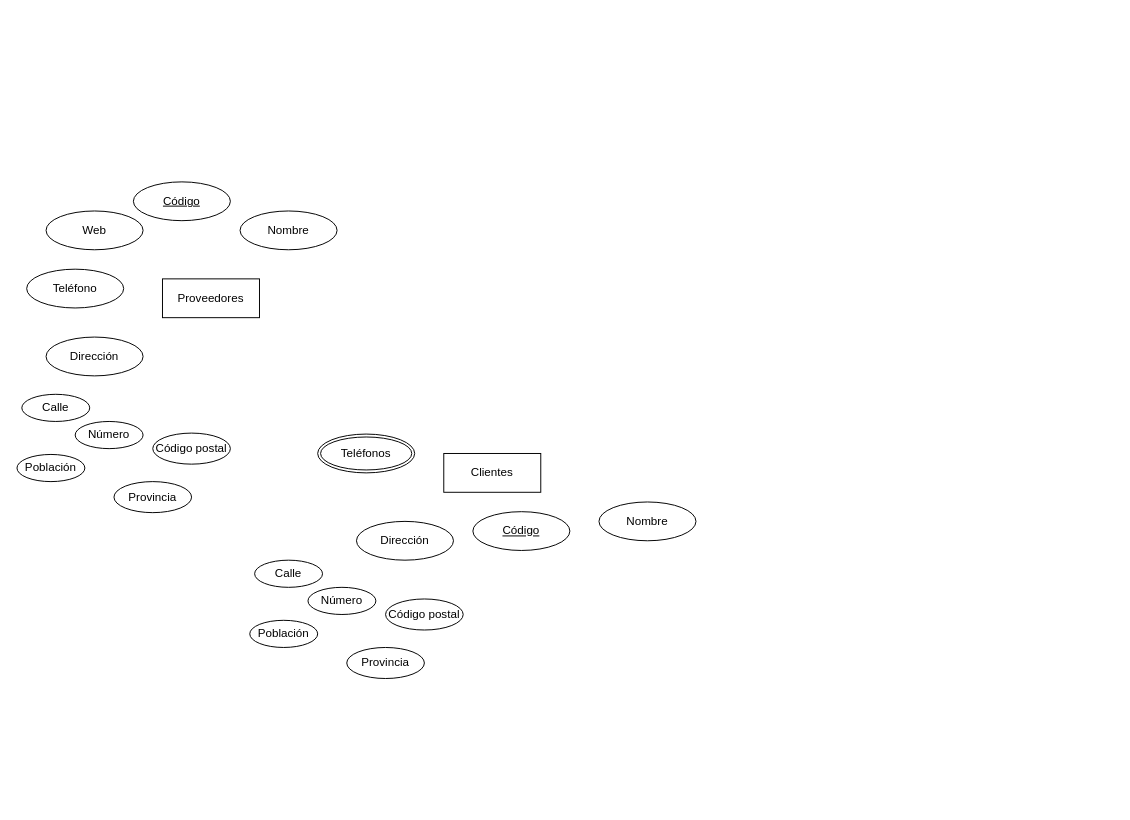
This is Tarea 4 - Gestión de ventas.drawio from popnoart/popnoart, a draw.io file, before an edit. Source tidied: cells renumbered, new cells numbered last; positions are measured from the earlier drawing's top-left corner, leaving out a move shared by most shapes. Both pictures are drawn from the tidied source at 97%, with x=0, y=0 at pixel (16, 181).
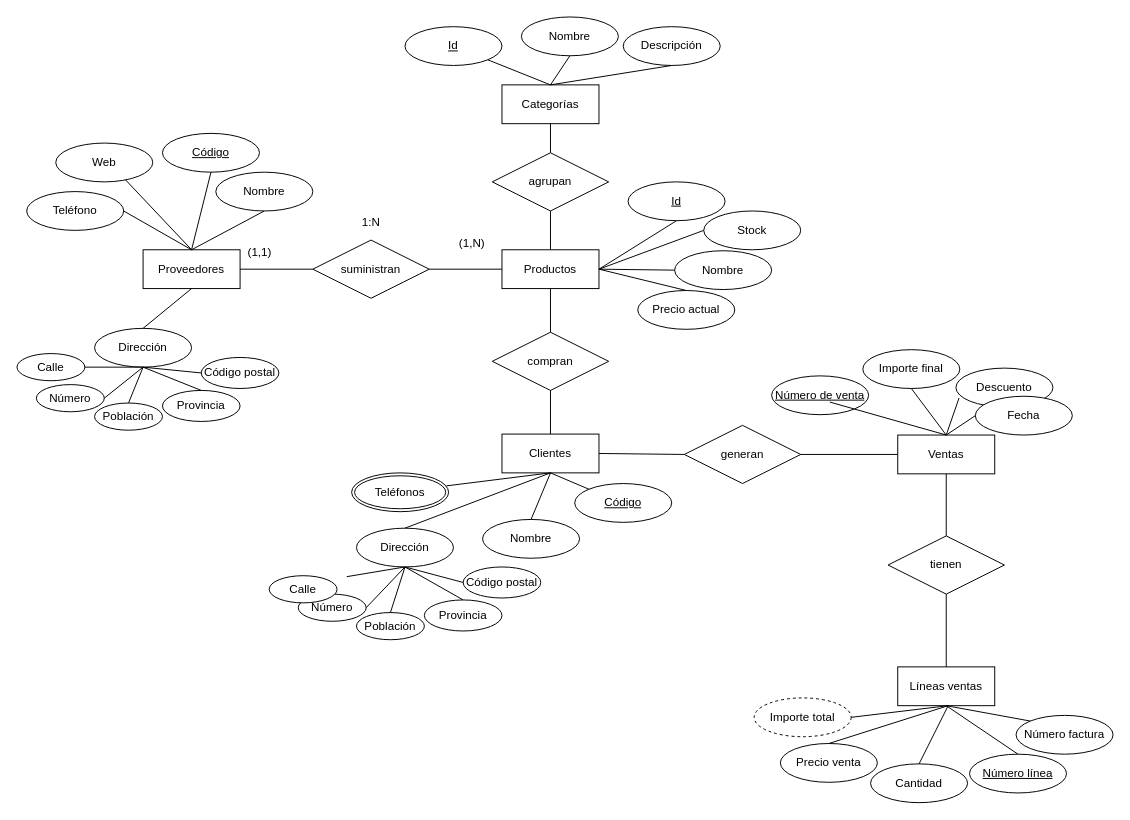
The same page after the edit.

Change to the diagram source:
```diff
@@
     <mxCell id="2" value="Proveedores" style="whiteSpace=wrap;html=1;align=center;" parent="1" vertex="1">
-      <mxGeometry x="150" y="100" width="100" height="40" as="geometry" />
+      <mxGeometry x="130" y="70" width="100" height="40" as="geometry" />
     </mxCell>
     <mxCell id="3" value="Código" style="ellipse;whiteSpace=wrap;html=1;align=center;fontStyle=4;" parent="1" vertex="1">
-      <mxGeometry x="120" width="100" height="40" as="geometry" />
+      <mxGeometry x="150" y="-50" width="100" height="40" as="geometry" />
     </mxCell>
     <mxCell id="4" value="Nombre" style="ellipse;whiteSpace=wrap;html=1;align=center;" parent="1" vertex="1">
-      <mxGeometry x="230" y="30" width="100" height="40" as="geometry" />
+      <mxGeometry x="205" y="-10" width="100" height="40" as="geometry" />
     </mxCell>
     <mxCell id="5" value="Dirección" style="ellipse;whiteSpace=wrap;html=1;align=center;" parent="1" vertex="1">
-      <mxGeometry x="30" y="160" width="100" height="40" as="geometry" />
+      <mxGeometry x="80" y="151" width="100" height="40" as="geometry" />
     </mxCell>
     <mxCell id="6" value="Web" style="ellipse;whiteSpace=wrap;html=1;align=center;" parent="1" vertex="1">
-      <mxGeometry x="30" y="30" width="100" height="40" as="geometry" />
+      <mxGeometry x="40" y="-40" width="100" height="40" as="geometry" />
     </mxCell>
     <mxCell id="7" value="Teléfonos" style="ellipse;shape=doubleEllipse;margin=3;whiteSpace=wrap;html=1;align=center;" parent="1" vertex="1">
-      <mxGeometry x="310" y="260" width="100" height="40" as="geometry" />
+      <mxGeometry x="345" y="300" width="100" height="40" as="geometry" />
     </mxCell>
     <mxCell id="8" value="Teléfono" style="ellipse;whiteSpace=wrap;html=1;align=center;" parent="1" vertex="1">
-      <mxGeometry x="10" y="90" width="100" height="40" as="geometry" />
+      <mxGeometry x="10" y="10" width="100" height="40" as="geometry" />
     </mxCell>
     <mxCell id="9" value="Clientes" style="whiteSpace=wrap;html=1;align=center;" parent="1" vertex="1">
-      <mxGeometry x="440" y="280" width="100" height="40" as="geometry" />
+      <mxGeometry x="500" y="260" width="100" height="40" as="geometry" />
     </mxCell>
     <mxCell id="10" value="Código" style="ellipse;whiteSpace=wrap;html=1;align=center;fontStyle=4;" parent="1" vertex="1">
-      <mxGeometry x="470" y="340" width="100" height="40" as="geometry" />
+      <mxGeometry x="575" y="311" width="100" height="40" as="geometry" />
     </mxCell>
     <mxCell id="11" value="Nombre" style="ellipse;whiteSpace=wrap;html=1;align=center;" parent="1" vertex="1">
-      <mxGeometry x="600" y="330" width="100" height="40" as="geometry" />
+      <mxGeometry x="480" y="348" width="100" height="40" as="geometry" />
     </mxCell>
+    <mxCell id="18" value="Población" style="ellipse;whiteSpace=wrap;html=1;align=center;" parent="1" vertex="1">
+      <mxGeometry x="80" y="228" width="70" height="28" as="geometry" />
+    </mxCell>
+    <mxCell id="19" value="Código postal" style="ellipse;whiteSpace=wrap;html=1;align=center;" parent="1" vertex="1">
+      <mxGeometry x="190" y="181" width="80" height="32" as="geometry" />
+    </mxCell>
+    <mxCell id="20" value="Número" style="ellipse;whiteSpace=wrap;html=1;align=center;" parent="1" vertex="1">
+      <mxGeometry x="20" y="209" width="70" height="28" as="geometry" />
+    </mxCell>
+    <mxCell id="21" value="Calle" style="ellipse;whiteSpace=wrap;html=1;align=center;" parent="1" vertex="1">
+      <mxGeometry y="177" width="70" height="28" as="geometry" />
+    </mxCell>
+    <mxCell id="22" value="Provincia" style="ellipse;whiteSpace=wrap;html=1;align=center;" parent="1" vertex="1">
+      <mxGeometry x="150" y="215" width="80" height="32" as="geometry" />
+    </mxCell>
+    <mxCell id="23" value="Productos" style="whiteSpace=wrap;html=1;align=center;" parent="1" vertex="1">
+      <mxGeometry x="500" y="70" width="100" height="40" as="geometry" />
+    </mxCell>
+    <mxCell id="24" value="Id" style="ellipse;whiteSpace=wrap;html=1;align=center;fontStyle=4;" parent="1" vertex="1">
+      <mxGeometry x="630" width="100" height="40" as="geometry" />
+    </mxCell>
+    <mxCell id="25" value="Nombre" style="ellipse;whiteSpace=wrap;html=1;align=center;" parent="1" vertex="1">
+      <mxGeometry x="678" y="71" width="100" height="40" as="geometry" />
+    </mxCell>
+    <mxCell id="26" value="Precio actual" style="ellipse;whiteSpace=wrap;html=1;align=center;" parent="1" vertex="1">
+      <mxGeometry x="640" y="112" width="100" height="40" as="geometry" />
+    </mxCell>
+    <mxCell id="27" value="Stock" style="ellipse;whiteSpace=wrap;html=1;align=center;" parent="1" vertex="1">
+      <mxGeometry x="708" y="30" width="100" height="40" as="geometry" />
+    </mxCell>
+    <mxCell id="28" value="Categorías" style="whiteSpace=wrap;html=1;align=center;" parent="1" vertex="1">
+      <mxGeometry x="500" y="-100" width="100" height="40" as="geometry" />
+    </mxCell>
+    <mxCell id="29" value="Id" style="ellipse;whiteSpace=wrap;html=1;align=center;fontStyle=4;" parent="1" vertex="1">
+      <mxGeometry x="400" y="-160" width="100" height="40" as="geometry" />
+    </mxCell>
+    <mxCell id="30" value="Nombre" style="ellipse;whiteSpace=wrap;html=1;align=center;" parent="1" vertex="1">
+      <mxGeometry x="520" y="-170" width="100" height="40" as="geometry" />
+    </mxCell>
+    <mxCell id="31" value="Descripción" style="ellipse;whiteSpace=wrap;html=1;align=center;" parent="1" vertex="1">
+      <mxGeometry x="625" y="-160" width="100" height="40" as="geometry" />
+    </mxCell>
+    <mxCell id="32" value="Ventas" style="whiteSpace=wrap;html=1;align=center;" parent="1" vertex="1">
+      <mxGeometry x="908" y="261" width="100" height="40" as="geometry" />
+    </mxCell>
+    <mxCell id="33" value="Número de venta" style="ellipse;whiteSpace=wrap;html=1;align=center;fontStyle=4;" parent="1" vertex="1">
+      <mxGeometry x="778" y="200" width="100" height="40" as="geometry" />
+    </mxCell>
+    <mxCell id="34" value="Descuento" style="ellipse;whiteSpace=wrap;html=1;align=center;" parent="1" vertex="1">
+      <mxGeometry x="968" y="192" width="100" height="40" as="geometry" />
+    </mxCell>
+    <mxCell id="35" value="Importe final" style="ellipse;whiteSpace=wrap;html=1;align=center;" parent="1" vertex="1">
+      <mxGeometry x="872" y="173" width="100" height="40" as="geometry" />
+    </mxCell>
+    <mxCell id="36" value="Fecha" style="ellipse;whiteSpace=wrap;html=1;align=center;" parent="1" vertex="1">
+      <mxGeometry x="988" y="221" width="100" height="40" as="geometry" />
+    </mxCell>
+    <mxCell id="37" value="Líneas ventas" style="whiteSpace=wrap;html=1;align=center;" parent="1" vertex="1">
+      <mxGeometry x="908" y="500" width="100" height="40" as="geometry" />
+    </mxCell>
+    <mxCell id="38" value="Precio venta" style="ellipse;whiteSpace=wrap;html=1;align=center;" parent="1" vertex="1">
+      <mxGeometry x="787" y="579" width="100" height="40" as="geometry" />
+    </mxCell>
+    <mxCell id="39" value="Cantidad" style="ellipse;whiteSpace=wrap;html=1;align=center;" parent="1" vertex="1">
+      <mxGeometry x="880" y="600" width="100" height="40" as="geometry" />
+    </mxCell>
+    <mxCell id="40" value="Importe total" style="ellipse;whiteSpace=wrap;html=1;align=center;dashed=1;" parent="1" vertex="1">
+      <mxGeometry x="760" y="532" width="100" height="40" as="geometry" />
+    </mxCell>
+    <mxCell id="41" value="Número línea" style="ellipse;whiteSpace=wrap;html=1;align=center;fontStyle=4;" parent="1" vertex="1">
+      <mxGeometry x="982" y="590" width="100" height="40" as="geometry" />
+    </mxCell>
+    <mxCell id="42" value="Número factura" style="ellipse;whiteSpace=wrap;html=1;align=center;" parent="1" vertex="1">
+      <mxGeometry x="1030" y="550" width="100" height="40" as="geometry" />
+    </mxCell>
+    <mxCell id="43" value="agrupan" style="shape=rhombus;perimeter=rhombusPerimeter;whiteSpace=wrap;html=1;align=center;" parent="1" vertex="1">
+      <mxGeometry x="490" y="-30" width="120" height="60" as="geometry" />
+    </mxCell>
+    <mxCell id="44" style="endArrow=none;html=1;rounded=0;entryX=0.5;entryY=0;entryDx=0;entryDy=0;" parent="1" edge="1" source="28" target="43">
+      <mxGeometry relative="1" as="geometry" />
+    </mxCell>
+    <mxCell id="45" style="endArrow=none;html=1;rounded=0;entryX=0.5;entryY=1;entryDx=0;entryDy=0;exitX=0.5;exitY=0;exitDx=0;exitDy=0;" parent="1" edge="1" source="23" target="43">
+      <mxGeometry relative="1" as="geometry" />
+    </mxCell>
+    <mxCell id="46" style="endArrow=none;html=1;rounded=0;entryX=0.5;entryY=0;entryDx=0;entryDy=0;" parent="1" edge="1" source="29" target="28">
+      <mxGeometry relative="1" as="geometry" />
+    </mxCell>
+    <mxCell id="47" style="endArrow=none;html=1;rounded=0;exitX=0.5;exitY=1;exitDx=0;exitDy=0;" parent="1" edge="1" source="30">
+      <mxGeometry relative="1" as="geometry">
+        <mxPoint x="550" y="-100" as="targetPoint" />
+      </mxGeometry>
+    </mxCell>
+    <mxCell id="48" style="endArrow=none;html=1;rounded=0;exitX=0.5;exitY=1;exitDx=0;exitDy=0;entryX=0.5;entryY=0;entryDx=0;entryDy=0;" parent="1" edge="1" source="31" target="28">
+      <mxGeometry relative="1" as="geometry" />
+    </mxCell>
+    <mxCell id="49" value="suministran" style="shape=rhombus;perimeter=rhombusPerimeter;whiteSpace=wrap;html=1;align=center;" parent="1" vertex="1">
+      <mxGeometry x="305" y="60" width="120" height="60" as="geometry" />
+    </mxCell>
+    <mxCell id="50" style="endArrow=none;html=1;rounded=0;exitX=1;exitY=0.5;exitDx=0;exitDy=0;entryX=0;entryY=0.5;entryDx=0;entryDy=0;" parent="1" edge="1" source="2" target="49">
+      <mxGeometry relative="1" as="geometry" />
+    </mxCell>
+    <mxCell id="51" style="endArrow=none;html=1;rounded=0;exitX=1;exitY=0.5;exitDx=0;exitDy=0;entryX=0;entryY=0.5;entryDx=0;entryDy=0;" parent="1" edge="1" source="49" target="23">
+      <mxGeometry relative="1" as="geometry" />
+    </mxCell>
+    <mxCell id="52" style="endArrow=none;html=1;rounded=0;exitX=0.5;exitY=1;exitDx=0;exitDy=0;entryX=0.5;entryY=0;entryDx=0;entryDy=0;" parent="1" edge="1" source="4" target="2">
+      <mxGeometry relative="1" as="geometry" />
+    </mxCell>
+    <mxCell id="53" style="endArrow=none;html=1;rounded=0;exitX=0.5;exitY=1;exitDx=0;exitDy=0;entryX=0.5;entryY=0;entryDx=0;entryDy=0;" parent="1" edge="1" source="3" target="2">
+      <mxGeometry relative="1" as="geometry" />
+    </mxCell>
+    <mxCell id="54" style="endArrow=none;html=1;rounded=0;exitX=0.72;exitY=0.95;exitDx=0;exitDy=0;exitPerimeter=0;" parent="1" edge="1" source="6">
+      <mxGeometry relative="1" as="geometry">
+        <mxPoint x="180" y="70" as="targetPoint" />
+      </mxGeometry>
+    </mxCell>
+    <mxCell id="55" style="endArrow=none;html=1;rounded=0;exitX=1;exitY=0.5;exitDx=0;exitDy=0;" parent="1" edge="1" source="8">
+      <mxGeometry relative="1" as="geometry">
+        <mxPoint x="180" y="70" as="targetPoint" />
+      </mxGeometry>
+    </mxCell>
+    <mxCell id="56" style="endArrow=none;html=1;rounded=0;exitX=0.5;exitY=1;exitDx=0;exitDy=0;entryX=0.5;entryY=0;entryDx=0;entryDy=0;" parent="1" edge="1" source="2" target="5">
+      <mxGeometry relative="1" as="geometry" />
+    </mxCell>
+    <mxCell id="57" style="endArrow=none;html=1;rounded=0;exitX=1;exitY=0.5;exitDx=0;exitDy=0;entryX=0.5;entryY=1;entryDx=0;entryDy=0;" parent="1" edge="1" source="21" target="5">
+      <mxGeometry relative="1" as="geometry" />
+    </mxCell>
+    <mxCell id="58" style="endArrow=none;html=1;rounded=0;exitX=1;exitY=0.5;exitDx=0;exitDy=0;entryX=0.5;entryY=1;entryDx=0;entryDy=0;" parent="1" edge="1" source="20" target="5">
+      <mxGeometry relative="1" as="geometry" />
+    </mxCell>
+    <mxCell id="59" style="endArrow=none;html=1;rounded=0;exitX=0.5;exitY=0;exitDx=0;exitDy=0;entryX=0.5;entryY=1;entryDx=0;entryDy=0;" parent="1" edge="1" source="18" target="5">
+      <mxGeometry relative="1" as="geometry" />
+    </mxCell>
+    <mxCell id="60" style="endArrow=none;html=1;rounded=0;exitX=0.5;exitY=0;exitDx=0;exitDy=0;entryX=0.5;entryY=1;entryDx=0;entryDy=0;" parent="1" edge="1" source="22" target="5">
+      <mxGeometry relative="1" as="geometry" />
+    </mxCell>
+    <mxCell id="61" style="endArrow=none;html=1;rounded=0;exitX=0.5;exitY=1;exitDx=0;exitDy=0;entryX=0;entryY=0.5;entryDx=0;entryDy=0;" parent="1" edge="1" source="5" target="19">
+      <mxGeometry relative="1" as="geometry" />
+    </mxCell>
+    <mxCell id="62" value="compran" style="shape=rhombus;perimeter=rhombusPerimeter;whiteSpace=wrap;html=1;align=center;" parent="1" vertex="1">
+      <mxGeometry x="490" y="155" width="120" height="60" as="geometry" />
+    </mxCell>
+    <mxCell id="63" value="generan" style="shape=rhombus;perimeter=rhombusPerimeter;whiteSpace=wrap;html=1;align=center;" parent="1" vertex="1">
+      <mxGeometry x="688" y="251" width="120" height="60" as="geometry" />
+    </mxCell>
+    <mxCell id="64" style="endArrow=none;html=1;rounded=0;exitX=0.5;exitY=1;exitDx=0;exitDy=0;entryX=0.5;entryY=0;entryDx=0;entryDy=0;" parent="1" edge="1" source="23" target="62">
+      <mxGeometry relative="1" as="geometry" />
+    </mxCell>
+    <mxCell id="65" style="endArrow=none;html=1;rounded=0;exitX=0.5;exitY=1;exitDx=0;exitDy=0;entryX=0.5;entryY=0;entryDx=0;entryDy=0;" parent="1" edge="1" source="62" target="9">
+      <mxGeometry relative="1" as="geometry" />
+    </mxCell>
     <mxCell id="12" value="Dirección" style="ellipse;whiteSpace=wrap;html=1;align=center;" parent="1" vertex="1">
-      <mxGeometry x="350" y="350" width="100" height="40" as="geometry" />
+      <mxGeometry x="350" y="357" width="100" height="40" as="geometry" />
     </mxCell>
     <mxCell id="13" value="Población" style="ellipse;whiteSpace=wrap;html=1;align=center;" parent="1" vertex="1">
-      <mxGeometry x="240" y="452" width="70" height="28" as="geometry" />
+      <mxGeometry x="350" y="444" width="70" height="28" as="geometry" />
     </mxCell>
     <mxCell id="14" value="Código postal" style="ellipse;whiteSpace=wrap;html=1;align=center;" parent="1" vertex="1">
-      <mxGeometry x="380" y="430" width="80" height="32" as="geometry" />
+      <mxGeometry x="460" y="397" width="80" height="32" as="geometry" />
     </mxCell>
     <mxCell id="15" value="Número" style="ellipse;whiteSpace=wrap;html=1;align=center;" parent="1" vertex="1">
-      <mxGeometry x="300" y="418" width="70" height="28" as="geometry" />
+      <mxGeometry x="290" y="425" width="70" height="28" as="geometry" />
     </mxCell>
     <mxCell id="16" value="Calle" style="ellipse;whiteSpace=wrap;html=1;align=center;" parent="1" vertex="1">
-      <mxGeometry x="245" y="390" width="70" height="28" as="geometry" />
+      <mxGeometry x="260" y="406" width="70" height="28" as="geometry" />
     </mxCell>
     <mxCell id="17" value="Provincia" style="ellipse;whiteSpace=wrap;html=1;align=center;" parent="1" vertex="1">
-      <mxGeometry x="340" y="480" width="80" height="32" as="geometry" />
+      <mxGeometry x="420" y="431" width="80" height="32" as="geometry" />
     </mxCell>
-    <mxCell id="18" value="Población" style="ellipse;whiteSpace=wrap;html=1;align=center;" parent="1" vertex="1">
-      <mxGeometry y="281" width="70" height="28" as="geometry" />
-    </mxCell>
-    <mxCell id="19" value="Código postal" style="ellipse;whiteSpace=wrap;html=1;align=center;" parent="1" vertex="1">
-      <mxGeometry x="140" y="259" width="80" height="32" as="geometry" />
-    </mxCell>
-    <mxCell id="20" value="Número" style="ellipse;whiteSpace=wrap;html=1;align=center;" parent="1" vertex="1">
-      <mxGeometry x="60" y="247" width="70" height="28" as="geometry" />
-    </mxCell>
-    <mxCell id="21" value="Calle" style="ellipse;whiteSpace=wrap;html=1;align=center;" parent="1" vertex="1">
-      <mxGeometry x="5" y="219" width="70" height="28" as="geometry" />
-    </mxCell>
-    <mxCell id="22" value="Provincia" style="ellipse;whiteSpace=wrap;html=1;align=center;" parent="1" vertex="1">
-      <mxGeometry x="100" y="309" width="80" height="32" as="geometry" />
-    </mxCell>
+    <mxCell id="66" style="endArrow=none;html=1;rounded=0;exitX=1;exitY=0.5;exitDx=0;exitDy=0;entryX=0.5;entryY=1;entryDx=0;entryDy=0;" parent="1" edge="1" target="12">
+      <mxGeometry relative="1" as="geometry">
+        <mxPoint x="340" y="407" as="sourcePoint" />
+      </mxGeometry>
+    </mxCell>
+    <mxCell id="67" style="endArrow=none;html=1;rounded=0;exitX=1;exitY=0.5;exitDx=0;exitDy=0;entryX=0.5;entryY=1;entryDx=0;entryDy=0;" parent="1" edge="1" source="15" target="12">
+      <mxGeometry relative="1" as="geometry" />
+    </mxCell>
+    <mxCell id="68" style="endArrow=none;html=1;rounded=0;exitX=0.5;exitY=0;exitDx=0;exitDy=0;entryX=0.5;entryY=1;entryDx=0;entryDy=0;" parent="1" edge="1" source="13" target="12">
+      <mxGeometry relative="1" as="geometry" />
+    </mxCell>
+    <mxCell id="69" style="endArrow=none;html=1;rounded=0;exitX=0.5;exitY=0;exitDx=0;exitDy=0;entryX=0.5;entryY=1;entryDx=0;entryDy=0;" parent="1" edge="1" source="17" target="12">
+      <mxGeometry relative="1" as="geometry" />
+    </mxCell>
+    <mxCell id="70" style="endArrow=none;html=1;rounded=0;exitX=0.5;exitY=1;exitDx=0;exitDy=0;entryX=0;entryY=0.5;entryDx=0;entryDy=0;" parent="1" edge="1" source="12" target="14">
+      <mxGeometry relative="1" as="geometry" />
+    </mxCell>
+    <mxCell id="71" style="endArrow=none;html=1;rounded=0;exitX=0.5;exitY=1;exitDx=0;exitDy=0;entryX=0.5;entryY=0;entryDx=0;entryDy=0;" parent="1" edge="1" source="9" target="12">
+      <mxGeometry relative="1" as="geometry" />
+    </mxCell>
+    <mxCell id="72" style="endArrow=none;html=1;rounded=0;exitX=0.978;exitY=0.335;exitDx=0;exitDy=0;exitPerimeter=0;entryX=0.5;entryY=1;entryDx=0;entryDy=0;" parent="1" edge="1" source="7" target="9">
+      <mxGeometry relative="1" as="geometry" />
+    </mxCell>
+    <mxCell id="73" style="endArrow=none;html=1;rounded=0;exitX=0.5;exitY=0;exitDx=0;exitDy=0;entryX=0.5;entryY=1;entryDx=0;entryDy=0;" parent="1" edge="1" source="11" target="9">
+      <mxGeometry relative="1" as="geometry" />
+    </mxCell>
+    <mxCell id="74" style="endArrow=none;html=1;rounded=0;exitX=0.5;exitY=1;exitDx=0;exitDy=0;entryX=0;entryY=0;entryDx=0;entryDy=0;" parent="1" edge="1" source="9" target="10">
+      <mxGeometry relative="1" as="geometry" />
+    </mxCell>
+    <mxCell id="75" style="endArrow=none;html=1;rounded=0;exitX=1;exitY=0.5;exitDx=0;exitDy=0;entryX=0.5;entryY=0;entryDx=0;entryDy=0;" parent="1" edge="1" source="23" target="26">
+      <mxGeometry relative="1" as="geometry" />
+    </mxCell>
+    <mxCell id="76" style="endArrow=none;html=1;rounded=0;exitX=1;exitY=0.5;exitDx=0;exitDy=0;entryX=0;entryY=0.5;entryDx=0;entryDy=0;" parent="1" edge="1" source="23" target="25">
+      <mxGeometry relative="1" as="geometry" />
+    </mxCell>
+    <mxCell id="77" style="endArrow=none;html=1;rounded=0;exitX=1;exitY=0.5;exitDx=0;exitDy=0;entryX=0;entryY=0.5;entryDx=0;entryDy=0;" parent="1" edge="1" source="23" target="27">
+      <mxGeometry relative="1" as="geometry" />
+    </mxCell>
+    <mxCell id="78" style="endArrow=none;html=1;rounded=0;exitX=1;exitY=0.5;exitDx=0;exitDy=0;entryX=0.5;entryY=1;entryDx=0;entryDy=0;" parent="1" edge="1" source="23" target="24">
+      <mxGeometry relative="1" as="geometry" />
+    </mxCell>
+    <mxCell id="79" style="endArrow=none;html=1;rounded=0;exitX=1;exitY=0.5;exitDx=0;exitDy=0;entryX=0;entryY=0.5;entryDx=0;entryDy=0;" parent="1" edge="1" source="9" target="63">
+      <mxGeometry relative="1" as="geometry" />
+    </mxCell>
+    <mxCell id="80" style="endArrow=none;html=1;rounded=0;exitX=1;exitY=0.5;exitDx=0;exitDy=0;entryX=0;entryY=0.5;entryDx=0;entryDy=0;" parent="1" edge="1" source="63" target="32">
+      <mxGeometry relative="1" as="geometry" />
+    </mxCell>
+    <mxCell id="81" style="endArrow=none;html=1;rounded=0;exitX=0.5;exitY=1;exitDx=0;exitDy=0;entryX=0.5;entryY=0;entryDx=0;entryDy=0;" parent="1" edge="1" target="32">
+      <mxGeometry relative="1" as="geometry">
+        <mxPoint x="838" y="227" as="sourcePoint" />
+      </mxGeometry>
+    </mxCell>
+    <mxCell id="82" style="endArrow=none;html=1;rounded=0;exitX=0.5;exitY=1;exitDx=0;exitDy=0;entryX=0.5;entryY=0;entryDx=0;entryDy=0;" parent="1" edge="1" source="35" target="32">
+      <mxGeometry relative="1" as="geometry" />
+    </mxCell>
+    <mxCell id="83" style="endArrow=none;html=1;rounded=0;exitX=0.5;exitY=0;exitDx=0;exitDy=0;entryX=0.032;entryY=0.77;entryDx=0;entryDy=0;entryPerimeter=0;" parent="1" edge="1" source="32" target="34">
+      <mxGeometry relative="1" as="geometry" />
+    </mxCell>
+    <mxCell id="84" style="endArrow=none;html=1;rounded=0;exitX=0.5;exitY=0;exitDx=0;exitDy=0;entryX=0;entryY=0.5;entryDx=0;entryDy=0;" parent="1" edge="1" source="32" target="36">
+      <mxGeometry relative="1" as="geometry" />
+    </mxCell>
+    <mxCell id="85" value="tienen" style="shape=rhombus;perimeter=rhombusPerimeter;whiteSpace=wrap;html=1;align=center;" parent="1" vertex="1">
+      <mxGeometry x="898" y="365" width="120" height="60" as="geometry" />
+    </mxCell>
+    <mxCell id="86" style="endArrow=none;html=1;rounded=0;exitX=0.5;exitY=1;exitDx=0;exitDy=0;entryX=0.5;entryY=0;entryDx=0;entryDy=0;" parent="1" edge="1" source="32" target="85">
+      <mxGeometry relative="1" as="geometry" />
+    </mxCell>
+    <mxCell id="87" style="endArrow=none;html=1;rounded=0;entryX=0.5;entryY=1;entryDx=0;entryDy=0;exitX=0.5;exitY=0;exitDx=0;exitDy=0;" parent="1" edge="1" source="37" target="85">
+      <mxGeometry relative="1" as="geometry" />
+    </mxCell>
+    <mxCell id="88" style="endArrow=none;html=1;rounded=0;entryX=0.5;entryY=1;entryDx=0;entryDy=0;exitX=0;exitY=0;exitDx=0;exitDy=0;" parent="1" edge="1" source="42" target="37">
+      <mxGeometry relative="1" as="geometry" />
+    </mxCell>
+    <mxCell id="89" style="endArrow=none;html=1;rounded=0;exitX=0.5;exitY=1;exitDx=0;exitDy=0;entryX=0.5;entryY=0;entryDx=0;entryDy=0;" parent="1" edge="1" source="37" target="41">
+      <mxGeometry relative="1" as="geometry" />
+    </mxCell>
+    <mxCell id="90" style="endArrow=none;html=1;rounded=0;exitX=0.5;exitY=0;exitDx=0;exitDy=0;" parent="1" edge="1" source="39">
+      <mxGeometry relative="1" as="geometry">
+        <mxPoint x="960" y="540" as="targetPoint" />
+      </mxGeometry>
+    </mxCell>
+    <mxCell id="91" style="endArrow=none;html=1;rounded=0;exitX=0.5;exitY=0;exitDx=0;exitDy=0;" parent="1" edge="1" source="38">
+      <mxGeometry relative="1" as="geometry">
+        <mxPoint x="960" y="540" as="targetPoint" />
+      </mxGeometry>
+    </mxCell>
+    <mxCell id="92" style="endArrow=none;html=1;rounded=0;exitX=1;exitY=0.5;exitDx=0;exitDy=0;" parent="1" edge="1" source="40">
+      <mxGeometry relative="1" as="geometry">
+        <mxPoint x="960" y="540" as="targetPoint" />
+      </mxGeometry>
+    </mxCell>
+    <mxCell id="93" value="(1,1)" style="text;html=1;align=center;verticalAlign=middle;strokeColor=none;fillColor=none;" parent="1" vertex="1">
+      <mxGeometry x="225" y="58" width="50" height="30" as="geometry" />
+    </mxCell>
+    <mxCell id="94" value="(1,N)" style="text;strokeColor=none;fillColor=none;spacingLeft=4;spacingRight=4;overflow=hidden;fontSize=12;whiteSpace=wrap;html=1;" parent="1" vertex="1">
+      <mxGeometry x="450" y="50" width="40" height="30" as="geometry" />
+    </mxCell>
+    <mxCell id="95" value="1:N" style="text;strokeColor=none;fillColor=none;spacingLeft=4;spacingRight=4;overflow=hidden;fontSize=12;whiteSpace=wrap;html=1;" parent="1" vertex="1">
+      <mxGeometry x="350" y="28" width="40" height="30" as="geometry" />
+    </mxCell>
```
